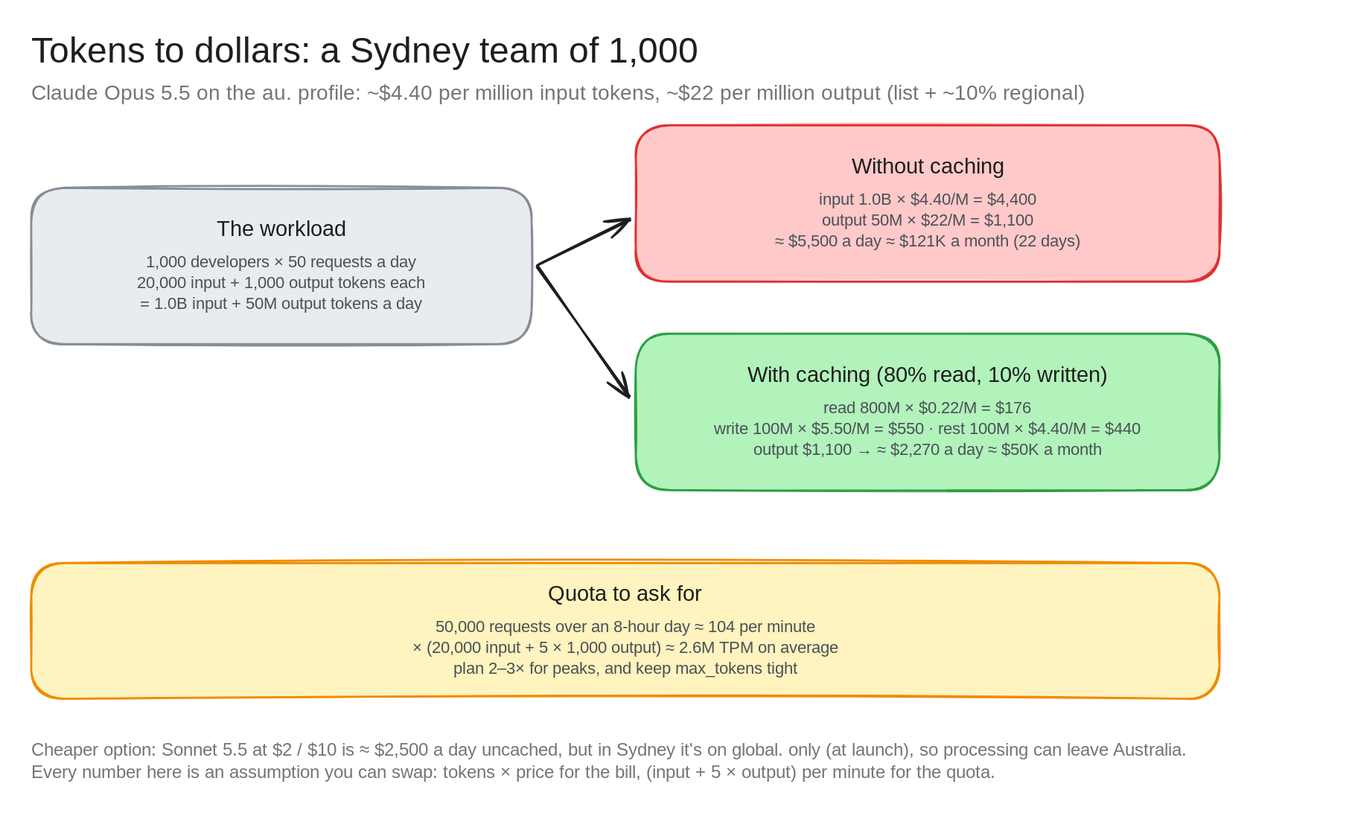
Above: architecture-diagrams/claude-anz-infra-excalidraw/diagrams/c8-tokens-to-dollars.excalidraw.svg in bsnehanshu/slides (Excalidraw), before the change. Source tidied: one line per element, renumbered; positions are measured from the earlier drawing's top-left corner, leaving out a move shared by most shapes.
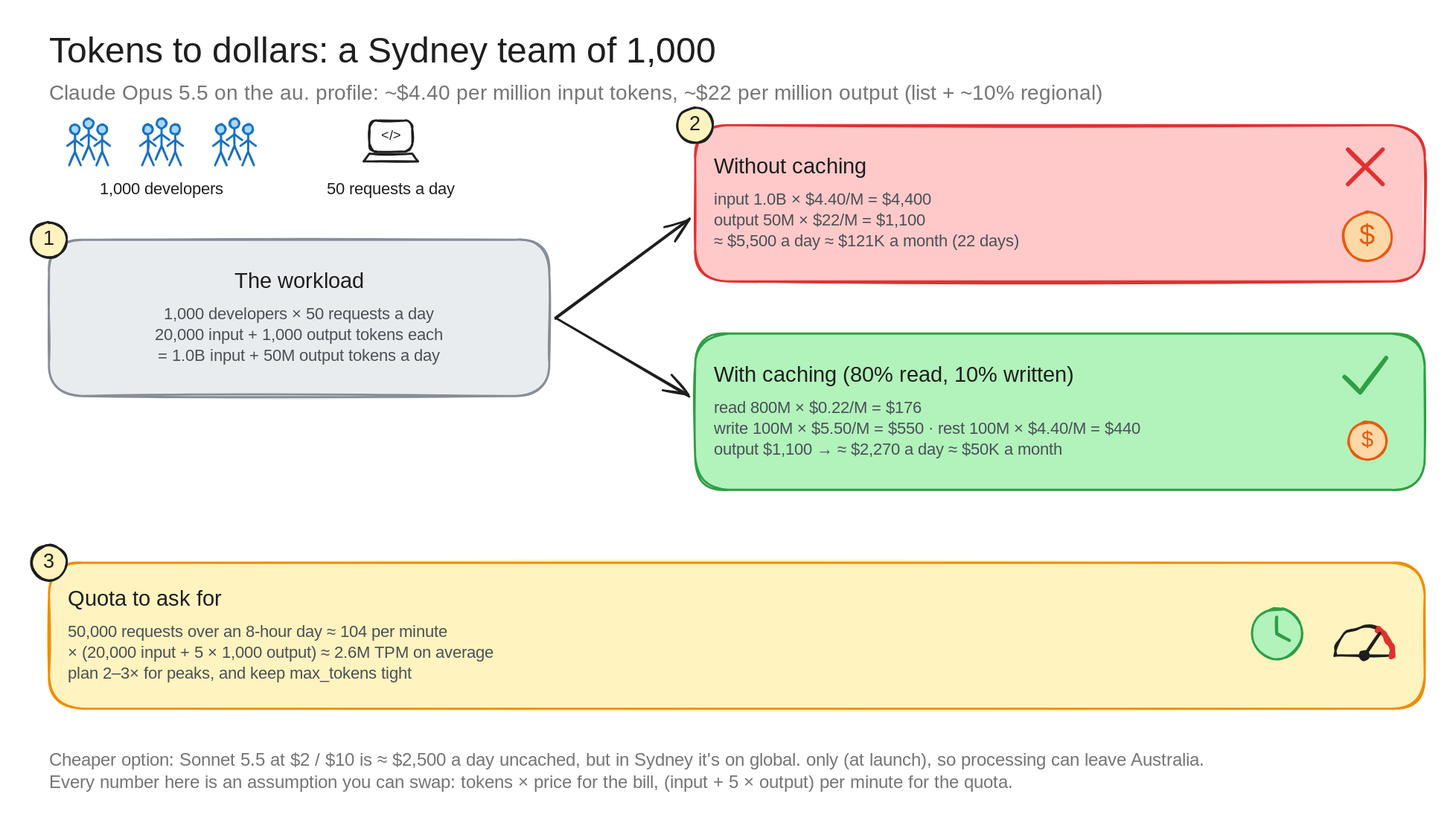
After the commit.

The edit, as a diff of the source:
```diff
@@ -1,17 +1,79 @@
 {"id": 0, "type": "text", "text": "Tokens to dollars: a Sydney team of 1,000", "strokeColor": "#1e1e1e", "strokeWidth": 2, "roughness": 1, "fontSize": 34, "fontFamily": 5, "x": 0, "y": 0, "width": 714, "height": 42}
 {"id": 1, "type": "text", "text": "Claude Opus 5.5 on the au. profile: ~$4.40 per million input tokens, ~$22 per million output (list + ~10% regional)", "strokeColor": "#757575", "strokeWidth": 2, "roughness": 1, "fontSize": 20, "fontFamily": 5, "x": 0, "y": 48, "width": 1110, "height": 25}
+{"id": 17, "type": "ellipse", "strokeColor": "#1971c2", "backgroundColor": "#a5d8ff", "fillStyle": "solid", "strokeWidth": 2, "roughness": 1, "round": true, "x": 20, "y": 89, "width": 9, "height": 9}
+{"id": 18, "type": "line", "strokeColor": "#1971c2", "strokeWidth": 2, "roughness": 1, "x": 25, "y": 99, "width": 0, "height": 17, "points": [[0, 0], [0, 17]]}
+{"id": 19, "type": "line", "strokeColor": "#1971c2", "strokeWidth": 2, "roughness": 1, "x": 17, "y": 110, "width": 15, "height": 6, "points": [[0, 0], [7, -6], [15, 0]]}
+{"id": 20, "type": "line", "strokeColor": "#1971c2", "strokeWidth": 2, "roughness": 1, "x": 19, "y": 129, "width": 11, "height": 13, "points": [[0, 0], [6, -13], [11, 0]]}
+{"id": 21, "type": "ellipse", "strokeColor": "#1971c2", "backgroundColor": "#a5d8ff", "fillStyle": "solid", "strokeWidth": 2, "roughness": 1, "round": true, "x": 46, "y": 89, "width": 9, "height": 9}
+{"id": 22, "type": "line", "strokeColor": "#1971c2", "strokeWidth": 2, "roughness": 1, "x": 51, "y": 99, "width": 0, "height": 17, "points": [[0, 0], [0, 17]]}
+{"id": 23, "type": "line", "strokeColor": "#1971c2", "strokeWidth": 2, "roughness": 1, "x": 44, "y": 110, "width": 15, "height": 6, "points": [[0, 0], [7, -6], [15, 0]]}
+{"id": 24, "type": "line", "strokeColor": "#1971c2", "strokeWidth": 2, "roughness": 1, "x": 45, "y": 129, "width": 11, "height": 13, "points": [[0, 0], [6, -13], [11, 0]]}
+{"id": 25, "type": "ellipse", "strokeColor": "#1971c2", "backgroundColor": "#a5d8ff", "fillStyle": "solid", "strokeWidth": 2, "roughness": 1, "round": true, "x": 33, "y": 84, "width": 9, "height": 9}
+{"id": 26, "type": "line", "strokeColor": "#1971c2", "strokeWidth": 2, "roughness": 1, "x": 38, "y": 93, "width": 0, "height": 17, "points": [[0, 0], [0, 17]]}
+{"id": 27, "type": "line", "strokeColor": "#1971c2", "strokeWidth": 2, "roughness": 1, "x": 31, "y": 104, "width": 15, "height": 6, "points": [[0, 0], [7, -6], [15, 0]]}
+{"id": 28, "type": "line", "strokeColor": "#1971c2", "strokeWidth": 2, "roughness": 1, "x": 32, "y": 123, "width": 11, "height": 13, "points": [[0, 0], [6, -13], [11, 0]]}
+{"id": 29, "type": "ellipse", "strokeColor": "#1971c2", "backgroundColor": "#a5d8ff", "fillStyle": "solid", "strokeWidth": 2, "roughness": 1, "round": true, "x": 90, "y": 89, "width": 9, "height": 9}
+{"id": 30, "type": "line", "strokeColor": "#1971c2", "strokeWidth": 2, "roughness": 1, "x": 95, "y": 99, "width": 0, "height": 17, "points": [[0, 0], [0, 17]]}
+{"id": 31, "type": "line", "strokeColor": "#1971c2", "strokeWidth": 2, "roughness": 1, "x": 87, "y": 110, "width": 15, "height": 6, "points": [[0, 0], [7, -6], [15, 0]]}
+{"id": 32, "type": "line", "strokeColor": "#1971c2", "strokeWidth": 2, "roughness": 1, "x": 89, "y": 129, "width": 11, "height": 13, "points": [[0, 0], [6, -13], [11, 0]]}
+{"id": 33, "type": "ellipse", "strokeColor": "#1971c2", "backgroundColor": "#a5d8ff", "fillStyle": "solid", "strokeWidth": 2, "roughness": 1, "round": true, "x": 116, "y": 89, "width": 9, "height": 9}
+{"id": 34, "type": "line", "strokeColor": "#1971c2", "strokeWidth": 2, "roughness": 1, "x": 121, "y": 99, "width": 0, "height": 17, "points": [[0, 0], [0, 17]]}
+{"id": 35, "type": "line", "strokeColor": "#1971c2", "strokeWidth": 2, "roughness": 1, "x": 114, "y": 110, "width": 15, "height": 6, "points": [[0, 0], [7, -6], [15, 0]]}
+{"id": 36, "type": "line", "strokeColor": "#1971c2", "strokeWidth": 2, "roughness": 1, "x": 115, "y": 129, "width": 11, "height": 13, "points": [[0, 0], [6, -13], [11, 0]]}
+{"id": 37, "type": "ellipse", "strokeColor": "#1971c2", "backgroundColor": "#a5d8ff", "fillStyle": "solid", "strokeWidth": 2, "roughness": 1, "round": true, "x": 103, "y": 84, "width": 9, "height": 9}
+{"id": 38, "type": "line", "strokeColor": "#1971c2", "strokeWidth": 2, "roughness": 1, "x": 108, "y": 93, "width": 0, "height": 17, "points": [[0, 0], [0, 17]]}
+{"id": 39, "type": "line", "strokeColor": "#1971c2", "strokeWidth": 2, "roughness": 1, "x": 101, "y": 104, "width": 15, "height": 6, "points": [[0, 0], [7, -6], [15, 0]]}
+{"id": 40, "type": "line", "strokeColor": "#1971c2", "strokeWidth": 2, "roughness": 1, "x": 102, "y": 123, "width": 11, "height": 13, "points": [[0, 0], [6, -13], [11, 0]]}
+{"id": 41, "type": "ellipse", "strokeColor": "#1971c2", "backgroundColor": "#a5d8ff", "fillStyle": "solid", "strokeWidth": 2, "roughness": 1, "round": true, "x": 160, "y": 89, "width": 9, "height": 9}
+{"id": 42, "type": "line", "strokeColor": "#1971c2", "strokeWidth": 2, "roughness": 1, "x": 165, "y": 99, "width": 0, "height": 17, "points": [[0, 0], [0, 17]]}
+{"id": 43, "type": "line", "strokeColor": "#1971c2", "strokeWidth": 2, "roughness": 1, "x": 157, "y": 110, "width": 15, "height": 6, "points": [[0, 0], [7, -6], [15, 0]]}
+{"id": 44, "type": "line", "strokeColor": "#1971c2", "strokeWidth": 2, "roughness": 1, "x": 159, "y": 129, "width": 11, "height": 13, "points": [[0, 0], [6, -13], [11, 0]]}
+{"id": 45, "type": "ellipse", "strokeColor": "#1971c2", "backgroundColor": "#a5d8ff", "fillStyle": "solid", "strokeWidth": 2, "roughness": 1, "round": true, "x": 186, "y": 89, "width": 9, "height": 9}
+{"id": 46, "type": "line", "strokeColor": "#1971c2", "strokeWidth": 2, "roughness": 1, "x": 191, "y": 99, "width": 0, "height": 17, "points": [[0, 0], [0, 17]]}
+{"id": 47, "type": "line", "strokeColor": "#1971c2", "strokeWidth": 2, "roughness": 1, "x": 184, "y": 110, "width": 15, "height": 6, "points": [[0, 0], [7, -6], [15, 0]]}
+{"id": 48, "type": "line", "strokeColor": "#1971c2", "strokeWidth": 2, "roughness": 1, "x": 185, "y": 129, "width": 11, "height": 13, "points": [[0, 0], [6, -13], [11, 0]]}
+{"id": 49, "type": "ellipse", "strokeColor": "#1971c2", "backgroundColor": "#a5d8ff", "fillStyle": "solid", "strokeWidth": 2, "roughness": 1, "round": true, "x": 173, "y": 84, "width": 9, "height": 9}
+{"id": 50, "type": "line", "strokeColor": "#1971c2", "strokeWidth": 2, "roughness": 1, "x": 178, "y": 93, "width": 0, "height": 17, "points": [[0, 0], [0, 17]]}
+{"id": 51, "type": "line", "strokeColor": "#1971c2", "strokeWidth": 2, "roughness": 1, "x": 171, "y": 104, "width": 15, "height": 6, "points": [[0, 0], [7, -6], [15, 0]]}
+{"id": 52, "type": "line", "strokeColor": "#1971c2", "strokeWidth": 2, "roughness": 1, "x": 172, "y": 123, "width": 11, "height": 13, "points": [[0, 0], [6, -13], [11, 0]]}
+{"id": 53, "type": "text", "text": "1,000 developers", "strokeColor": "#1e1e1e", "strokeWidth": 2, "roughness": 1, "fontSize": 16, "fontFamily": 5, "textAlign": "center", "x": 42, "y": 142, "width": 133, "height": 20}
+{"id": 54, "type": "rectangle", "strokeColor": "#1e1e1e", "backgroundColor": "#ffffff", "fillStyle": "solid", "strokeWidth": 2, "roughness": 1, "round": true, "x": 307, "y": 86, "width": 41, "height": 30}
+{"id": 55, "type": "line", "strokeColor": "#1e1e1e", "backgroundColor": "#ffffff", "fillStyle": "solid", "strokeWidth": 2, "roughness": 1, "x": 302, "y": 125, "width": 52, "height": 7, "points": [[0, 0], [6, -7], [47, -7], [52, 0], [0, 0]]}
+{"id": 56, "type": "text", "text": "</>", "strokeColor": "#1e1e1e", "strokeWidth": 2, "roughness": 1, "fontSize": 13.07, "fontFamily": 5, "textAlign": "center", "x": 316, "y": 92, "width": 24, "height": 16}
+{"id": 57, "type": "text", "text": "50 requests a day", "strokeColor": "#1e1e1e", "strokeWidth": 2, "roughness": 1, "fontSize": 16, "fontFamily": 5, "textAlign": "center", "x": 255, "y": 142, "width": 146, "height": 20}
-{"id": 2, "type": "rectangle", "strokeColor": "#868e96", "backgroundColor": "#e9ecef", "fillStyle": "solid", "strokeWidth": 2, "roughness": 1, "round": true, "x": 0, "y": 150, "width": 480, "height": 150}
+{"id": 2, "type": "rectangle", "strokeColor": "#868e96", "backgroundColor": "#e9ecef", "fillStyle": "solid", "strokeWidth": 2, "roughness": 1, "round": true, "x": 0, "y": 200, "width": 480, "height": 150}
-{"id": 3, "type": "text", "text": "The workload", "strokeColor": "#1e1e1e", "strokeWidth": 2, "roughness": 1, "fontSize": 21, "fontFamily": 5, "textAlign": "center", "x": 170, "y": 178, "width": 141, "height": 26}
+{"id": 3, "type": "text", "text": "The workload", "strokeColor": "#1e1e1e", "strokeWidth": 2, "roughness": 1, "fontSize": 21, "fontFamily": 5, "textAlign": "center", "x": 170, "y": 228, "width": 141, "height": 26}
-{"id": 4, "type": "text", "text": "1,000 developers × 50 requests a day\n20,000 input + 1,000 output tokens each\n= 1.0B input + 50M output tokens a day", "strokeColor": "#495057", "strokeWidth": 2, "roughness": 1, "fontSize": 16, "fontFamily": 5, "textAlign": "center", "x": 76, "y": 212, "width": 329, "height": 60}
+{"id": 4, "type": "text", "text": "1,000 developers × 50 requests a day\n20,000 input + 1,000 output tokens each\n= 1.0B input + 50M output tokens a day", "strokeColor": "#495057", "strokeWidth": 2, "roughness": 1, "fontSize": 16, "fontFamily": 5, "textAlign": "center", "x": 76, "y": 262, "width": 329, "height": 60}
+{"id": 58, "type": "ellipse", "strokeColor": "#1e1e1e", "backgroundColor": "#fff3bf", "fillStyle": "solid", "strokeWidth": 2, "roughness": 1, "round": true, "x": -17, "y": 183, "width": 34, "height": 34}
+{"id": 59, "type": "text", "text": "1", "strokeColor": "#1e1e1e", "strokeWidth": 2, "roughness": 1, "fontSize": 19, "fontFamily": 5, "textAlign": "center", "x": -6, "y": 188, "width": 11, "height": 24}
-{"id": 5, "type": "rectangle", "strokeColor": "#e03131", "backgroundColor": "#ffc9c9", "fillStyle": "solid", "strokeWidth": 2, "roughness": 1, "round": true, "x": 580, "y": 90, "width": 560, "height": 150}
+{"id": 5, "type": "rectangle", "strokeColor": "#e03131", "backgroundColor": "#ffc9c9", "fillStyle": "solid", "strokeWidth": 2, "roughness": 1, "round": true, "x": 620, "y": 90, "width": 700, "height": 150}
-{"id": 6, "type": "text", "text": "Without caching", "strokeColor": "#1e1e1e", "strokeWidth": 2, "roughness": 1, "fontSize": 21, "fontFamily": 5, "textAlign": "center", "x": 778, "y": 118, "width": 165, "height": 26}
+{"id": 6, "type": "text", "text": "Without caching", "strokeColor": "#1e1e1e", "strokeWidth": 2, "roughness": 1, "fontSize": 21, "fontFamily": 5, "x": 638, "y": 118, "width": 165, "height": 26}
-{"id": 7, "type": "text", "text": "input 1.0B × $4.40/M = $4,400\noutput 50M × $22/M = $1,100\n≈ $5,500 a day ≈ $121K a month (22 days)", "strokeColor": "#495057", "strokeWidth": 2, "roughness": 1, "fontSize": 16, "fontFamily": 5, "textAlign": "center", "x": 688, "y": 152, "width": 345, "height": 60}
+{"id": 7, "type": "text", "text": "input 1.0B × $4.40/M = $4,400\noutput 50M × $22/M = $1,100\n≈ $5,500 a day ≈ $121K a month (22 days)", "strokeColor": "#495057", "strokeWidth": 2, "roughness": 1, "fontSize": 16, "fontFamily": 5, "x": 638, "y": 152, "width": 345, "height": 60}
+{"id": 60, "type": "line", "strokeColor": "#e03131", "strokeWidth": 4, "roughness": 1, "x": 1246, "y": 113, "width": 33, "height": 33, "points": [[0, 0], [33, 33]]}
+{"id": 61, "type": "line", "strokeColor": "#e03131", "strokeWidth": 4, "roughness": 1, "x": 1280, "y": 113, "width": 33, "height": 33, "points": [[0, 0], [-33, 33]]}
+{"id": 62, "type": "ellipse", "strokeColor": "#e8590c", "backgroundColor": "#ffd8a8", "fillStyle": "solid", "strokeWidth": 2, "roughness": 1, "round": true, "x": 1242, "y": 174, "width": 47, "height": 47}
+{"id": 63, "type": "text", "text": "$", "strokeColor": "#e8590c", "strokeWidth": 2, "roughness": 1, "fontSize": 27, "fontFamily": 5, "textAlign": "center", "x": 1254, "y": 180, "width": 22, "height": 34}
-{"id": 8, "type": "rectangle", "strokeColor": "#2f9e44", "backgroundColor": "#b2f2bb", "fillStyle": "solid", "strokeWidth": 2, "roughness": 1, "round": true, "x": 580, "y": 290, "width": 560, "height": 150}
+{"id": 8, "type": "rectangle", "strokeColor": "#2f9e44", "backgroundColor": "#b2f2bb", "fillStyle": "solid", "strokeWidth": 2, "roughness": 1, "round": true, "x": 620, "y": 290, "width": 700, "height": 150}
-{"id": 9, "type": "text", "text": "With caching (80% read, 10% written)", "strokeColor": "#1e1e1e", "strokeWidth": 2, "roughness": 1, "fontSize": 21, "fontFamily": 5, "textAlign": "center", "x": 663, "y": 318, "width": 394, "height": 26}
+{"id": 9, "type": "text", "text": "With caching (80% read, 10% written)", "strokeColor": "#1e1e1e", "strokeWidth": 2, "roughness": 1, "fontSize": 21, "fontFamily": 5, "x": 638, "y": 318, "width": 394, "height": 26}
-{"id": 10, "type": "text", "text": "read 800M × $0.22/M = $176\nwrite 100M × $5.50/M = $550 · rest 100M × $4.40/M = $440\noutput $1,100 → ≈ $2,270 a day ≈ $50K a month", "strokeColor": "#495057", "strokeWidth": 2, "roughness": 1, "fontSize": 16, "fontFamily": 5, "textAlign": "center", "x": 616, "y": 352, "width": 487, "height": 60}
+{"id": 10, "type": "text", "text": "read 800M × $0.22/M = $176\nwrite 100M × $5.50/M = $550 · rest 100M × $4.40/M = $440\noutput $1,100 → ≈ $2,270 a day ≈ $50K a month", "strokeColor": "#495057", "strokeWidth": 2, "roughness": 1, "fontSize": 16, "fontFamily": 5, "x": 638, "y": 352, "width": 487, "height": 60}
-{"id": 11, "type": "arrow", "strokeColor": "#1e1e1e", "strokeWidth": 2, "roughness": 1, "endArrowhead": "arrow", "round": true, "from": 2, "to": 5, "x": 486, "y": 225, "width": 88, "height": 45, "points": [[0, 0], [88, -45]]}
-{"id": 12, "type": "arrow", "strokeColor": "#1e1e1e", "strokeWidth": 2, "roughness": 1, "endArrowhead": "arrow", "round": true, "from": 2, "to": 8, "x": 486, "y": 225, "width": 88, "height": 125, "points": [[0, 0], [88, 125]]}
+{"id": 64, "type": "line", "strokeColor": "#2f9e44", "strokeWidth": 4, "roughness": 1, "x": 1243, "y": 332, "width": 40, "height": 33, "points": [[0, 0], [15, 15], [40, -18]]}
+{"id": 65, "type": "ellipse", "strokeColor": "#e8590c", "backgroundColor": "#ffd8a8", "fillStyle": "solid", "strokeWidth": 2, "roughness": 1, "round": true, "x": 1247, "y": 375, "width": 36, "height": 36}
+{"id": 66, "type": "text", "text": "$", "strokeColor": "#e8590c", "strokeWidth": 2, "roughness": 1, "fontSize": 21, "fontFamily": 5, "textAlign": "center", "x": 1256, "y": 380, "width": 18, "height": 26}
+{"id": 67, "type": "ellipse", "strokeColor": "#1e1e1e", "backgroundColor": "#fff3bf", "fillStyle": "solid", "strokeWidth": 2, "roughness": 1, "round": true, "x": 603, "y": 73, "width": 34, "height": 34}
+{"id": 68, "type": "text", "text": "2", "strokeColor": "#1e1e1e", "strokeWidth": 2, "roughness": 1, "fontSize": 19, "fontFamily": 5, "textAlign": "center", "x": 612, "y": 78, "width": 16, "height": 24}
+{"id": 69, "type": "arrow", "strokeColor": "#1e1e1e", "strokeWidth": 2, "roughness": 1, "endArrowhead": "arrow", "round": true, "from": 2, "to": 5, "x": 486, "y": 275, "width": 128, "height": 95, "points": [[0, 0], [128, -95]]}
+{"id": 70, "type": "arrow", "strokeColor": "#1e1e1e", "strokeWidth": 2, "roughness": 1, "endArrowhead": "arrow", "round": true, "from": 2, "to": 8, "x": 486, "y": 275, "width": 128, "height": 75, "points": [[0, 0], [128, 75]]}
-{"id": 13, "type": "rectangle", "strokeColor": "#f08c00", "backgroundColor": "#fff3bf", "fillStyle": "solid", "strokeWidth": 2, "roughness": 1, "round": true, "x": 0, "y": 510, "width": 1140, "height": 130}
+{"id": 13, "type": "rectangle", "strokeColor": "#f08c00", "backgroundColor": "#fff3bf", "fillStyle": "solid", "strokeWidth": 2, "roughness": 1, "round": true, "x": 0, "y": 510, "width": 1320, "height": 140}
-{"id": 14, "type": "text", "text": "Quota to ask for", "strokeColor": "#1e1e1e", "strokeWidth": 2, "roughness": 1, "fontSize": 21, "fontFamily": 5, "textAlign": "center", "x": 479, "y": 528, "width": 182, "height": 26}
+{"id": 14, "type": "text", "text": "Quota to ask for", "strokeColor": "#1e1e1e", "strokeWidth": 2, "roughness": 1, "fontSize": 21, "fontFamily": 5, "x": 18, "y": 533, "width": 182, "height": 26}
-{"id": 15, "type": "text", "text": "50,000 requests over an 8-hour day ≈ 104 per minute\n× (20,000 input + 5 × 1,000 output) ≈ 2.6M TPM on average\nplan 2–3× for peaks, and keep max_tokens tight", "strokeColor": "#495057", "strokeWidth": 2, "roughness": 1, "fontSize": 16, "fontFamily": 5, "textAlign": "center", "x": 329, "y": 562, "width": 482, "height": 60}
+{"id": 15, "type": "text", "text": "50,000 requests over an 8-hour day ≈ 104 per minute\n× (20,000 input + 5 × 1,000 output) ≈ 2.6M TPM on average\nplan 2–3× for peaks, and keep max_tokens tight", "strokeColor": "#495057", "strokeWidth": 2, "roughness": 1, "fontSize": 16, "fontFamily": 5, "x": 18, "y": 567, "width": 482, "height": 60}
+{"id": 71, "type": "ellipse", "strokeColor": "#1e1e1e", "backgroundColor": "#fff3bf", "fillStyle": "solid", "strokeWidth": 2, "roughness": 1, "round": true, "x": -17, "y": 493, "width": 34, "height": 34}
+{"id": 72, "type": "text", "text": "3", "strokeColor": "#1e1e1e", "strokeWidth": 2, "roughness": 1, "fontSize": 19, "fontFamily": 5, "textAlign": "center", "x": -7, "y": 498, "width": 14, "height": 24}
+{"id": 73, "type": "ellipse", "strokeColor": "#2f9e44", "backgroundColor": "#b2f2bb", "fillStyle": "solid", "strokeWidth": 2, "roughness": 1, "round": true, "x": 1154, "y": 554, "width": 49, "height": 49}
+{"id": 74, "type": "line", "strokeColor": "#2f9e44", "strokeWidth": 3, "roughness": 1, "x": 1178, "y": 578, "width": 0, "height": 16, "points": [[0, 0], [0, -16]]}
+{"id": 75, "type": "line", "strokeColor": "#2f9e44", "strokeWidth": 3, "roughness": 1, "x": 1178, "y": 578, "width": 12, "height": 7, "points": [[0, 0], [12, 7]]}
+{"id": 76, "type": "line", "strokeColor": "#1e1e1e", "strokeWidth": 2, "roughness": 1, "round": true, "x": 1234, "y": 599, "width": 55, "height": 28, "points": [[0, 0], [1, -9], [5, -16], [11, -22], [19, -26], [28, -28], [36, -26], [44, -22], [50, -16], [54, -9], [55, 0]]}
+{"id": 77, "type": "line", "strokeColor": "#1e1e1e", "strokeWidth": 2, "roughness": 1, "x": 1234, "y": 599, "width": 55, "height": 0, "points": [[0, 0], [55, 0]]}
+{"id": 78, "type": "line", "strokeColor": "#e03131", "strokeWidth": 5, "roughness": 1, "round": true, "x": 1275, "y": 574, "width": 15, "height": 25, "points": [[0, 0], [6, 4], [11, 10], [14, 17], [15, 25]]}
+{"id": 79, "type": "line", "strokeColor": "#1e1e1e", "strokeWidth": 3, "roughness": 1, "x": 1262, "y": 599, "width": 15, "height": 21, "points": [[0, 0], [15, -21]]}
+{"id": 80, "type": "ellipse", "strokeColor": "#1e1e1e", "backgroundColor": "#1e1e1e", "fillStyle": "solid", "strokeWidth": 2, "roughness": 1, "round": true, "x": 1258, "y": 595, "width": 9, "height": 9}
-{"id": 16, "type": "text", "text": "Cheaper option: Sonnet 5.5 at $2 / $10 is ≈ $2,500 a day uncached, but in Sydney it's on global. only (at launch), so processing can leave Australia.\nEvery number here is an assumption you can swap: tokens × price for the bill, (input + 5 × output) per minute for the quota.", "strokeColor": "#757575", "strokeWidth": 2, "roughness": 1, "fontSize": 17, "fontFamily": 5, "x": 0, "y": 680, "width": 1240, "height": 42}
+{"id": 16, "type": "text", "text": "Cheaper option: Sonnet 5.5 at $2 / $10 is ≈ $2,500 a day uncached, but in Sydney it's on global. only (at launch), so processing can leave Australia.\nEvery number here is an assumption you can swap: tokens × price for the bill, (input + 5 × output) per minute for the quota.", "strokeColor": "#757575", "strokeWidth": 2, "roughness": 1, "fontSize": 17, "fontFamily": 5, "x": 0, "y": 690, "width": 1240, "height": 42}
```
